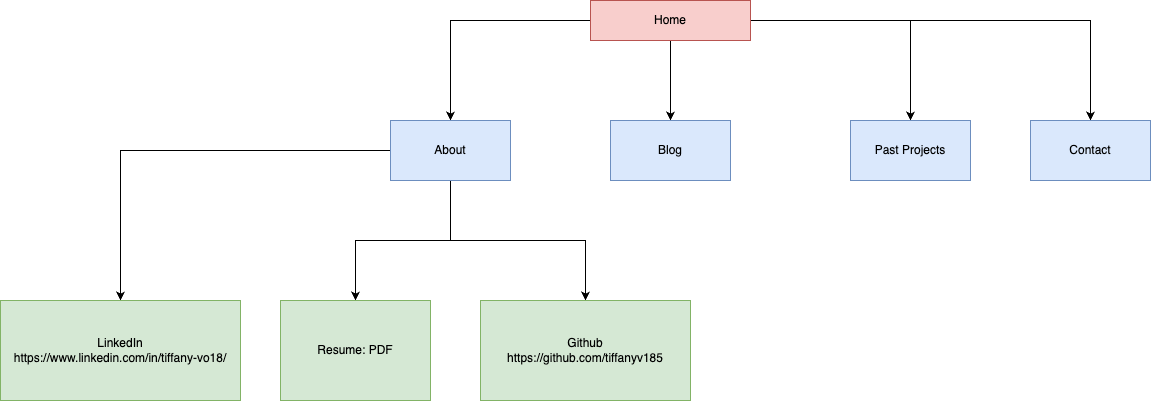
Earlier version of the draw.io export docs/SiteMap.png (tiffanyv185/T1A2-Portfolio). Source tidied: cells renumbered, new cells last; positions are measured from the earlier drawing's top-left corner, leaving out a move shared by most shapes.
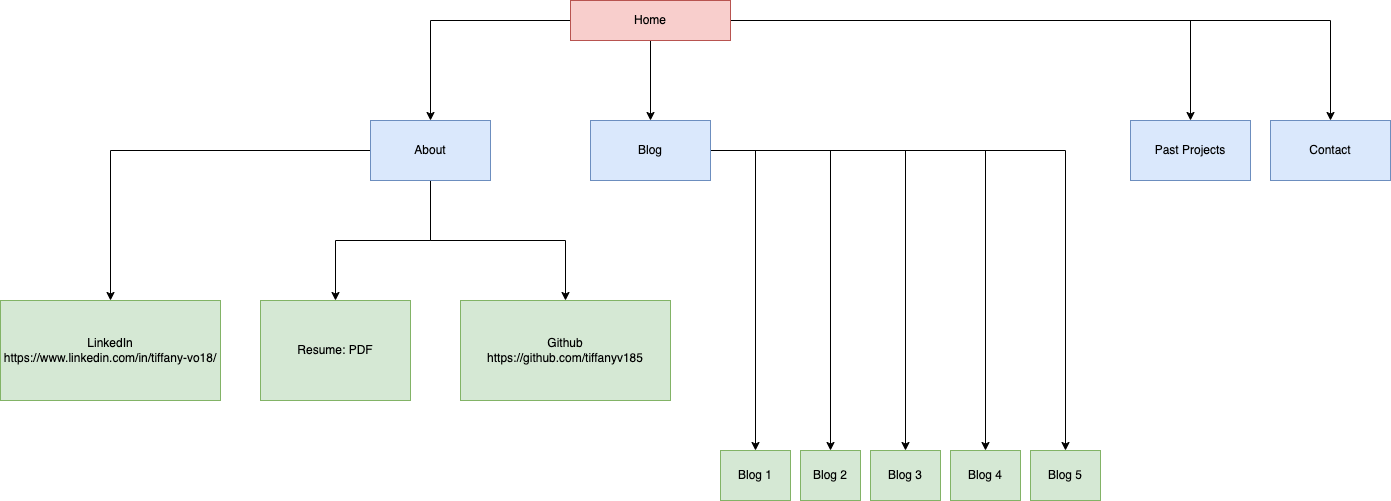
Above is the later version.

Commit message:
started styling blog post pages for desktop/mobile/tablet

The edit, as a diff of the source:
```diff
@@ -32,11 +32,26 @@
     <mxCell id="11" value="About" style="whiteSpace=wrap;html=1;rounded=0;fillColor=#dae8fc;strokeColor=#6c8ebf;" parent="1" vertex="1">
       <mxGeometry x="390" y="120" width="120" height="60" as="geometry" />
     </mxCell>
+    <mxCell id="18" style="edgeStyle=orthogonalEdgeStyle;rounded=0;jettySize=auto;html=1;" parent="1" edge="1" source="12" target="23">
+      <mxGeometry relative="1" as="geometry" />
+    </mxCell>
+    <mxCell id="19" style="edgeStyle=orthogonalEdgeStyle;rounded=0;jettySize=auto;html=1;" parent="1" edge="1" source="12" target="24">
+      <mxGeometry relative="1" as="geometry" />
+    </mxCell>
+    <mxCell id="20" style="edgeStyle=orthogonalEdgeStyle;rounded=0;jettySize=auto;html=1;" parent="1" edge="1" source="12" target="25">
+      <mxGeometry relative="1" as="geometry" />
+    </mxCell>
+    <mxCell id="21" style="edgeStyle=orthogonalEdgeStyle;rounded=0;jettySize=auto;html=1;" parent="1" edge="1" source="12" target="26">
+      <mxGeometry relative="1" as="geometry" />
+    </mxCell>
+    <mxCell id="22" style="edgeStyle=orthogonalEdgeStyle;rounded=0;jettySize=auto;html=1;" parent="1" edge="1" source="12" target="27">
+      <mxGeometry relative="1" as="geometry" />
+    </mxCell>
     <mxCell id="12" value="Blog" style="whiteSpace=wrap;html=1;rounded=0;fillColor=#dae8fc;strokeColor=#6c8ebf;" parent="1" vertex="1">
       <mxGeometry x="610" y="120" width="120" height="60" as="geometry" />
     </mxCell>
     <mxCell id="13" value="Contact" style="whiteSpace=wrap;html=1;rounded=0;fillColor=#dae8fc;strokeColor=#6c8ebf;" parent="1" vertex="1">
-      <mxGeometry x="1030" y="120" width="120" height="60" as="geometry" />
+      <mxGeometry x="1290" y="120" width="120" height="60" as="geometry" />
     </mxCell>
     <mxCell id="14" value="Resume: PDF" style="whiteSpace=wrap;html=1;rounded=0;fillColor=#d5e8d4;strokeColor=#82b366;" parent="1" vertex="1">
       <mxGeometry x="280" y="300" width="150" height="100" as="geometry" />
@@ -45,10 +60,25 @@
       <mxGeometry x="480" y="300" width="210" height="100" as="geometry" />
     </mxCell>
     <mxCell id="16" value="Past Projects" style="whiteSpace=wrap;html=1;rounded=0;fillColor=#dae8fc;strokeColor=#6c8ebf;" parent="1" vertex="1">
-      <mxGeometry x="850" y="120" width="120" height="60" as="geometry" />
+      <mxGeometry x="1150" y="120" width="120" height="60" as="geometry" />
     </mxCell>
     <mxCell id="17" value="LinkedIn&lt;div&gt;https://www.linkedin.com/in/tiffany-vo18/&lt;br&gt;&lt;/div&gt;" style="whiteSpace=wrap;html=1;rounded=0;fillColor=#d5e8d4;strokeColor=#82b366;" parent="1" vertex="1">
-      <mxGeometry y="300" width="240" height="100" as="geometry" />
+      <mxGeometry x="20" y="300" width="220" height="100" as="geometry" />
     </mxCell>
+    <mxCell id="23" value="Blog 1" style="whiteSpace=wrap;html=1;rounded=0;fillColor=#d5e8d4;strokeColor=#82b366;" parent="1" vertex="1">
+      <mxGeometry x="740" y="450" width="70" height="50" as="geometry" />
+    </mxCell>
+    <mxCell id="24" value="Blog 2" style="whiteSpace=wrap;html=1;rounded=0;fillColor=#d5e8d4;strokeColor=#82b366;" parent="1" vertex="1">
+      <mxGeometry x="820" y="450" width="60" height="50" as="geometry" />
+    </mxCell>
+    <mxCell id="25" value="Blog 3" style="whiteSpace=wrap;html=1;rounded=0;fillColor=#d5e8d4;strokeColor=#82b366;" parent="1" vertex="1">
+      <mxGeometry x="890" y="450" width="70" height="50" as="geometry" />
+    </mxCell>
+    <mxCell id="26" value="Blog 4" style="whiteSpace=wrap;html=1;rounded=0;fillColor=#d5e8d4;strokeColor=#82b366;" parent="1" vertex="1">
+      <mxGeometry x="970" y="450" width="70" height="50" as="geometry" />
+    </mxCell>
+    <mxCell id="27" value="Blog 5" style="whiteSpace=wrap;html=1;rounded=0;fillColor=#d5e8d4;strokeColor=#82b366;" parent="1" vertex="1">
+      <mxGeometry x="1050" y="450" width="70" height="50" as="geometry" />
+    </mxCell>
   </root>
 </mxGraphModel>
```
